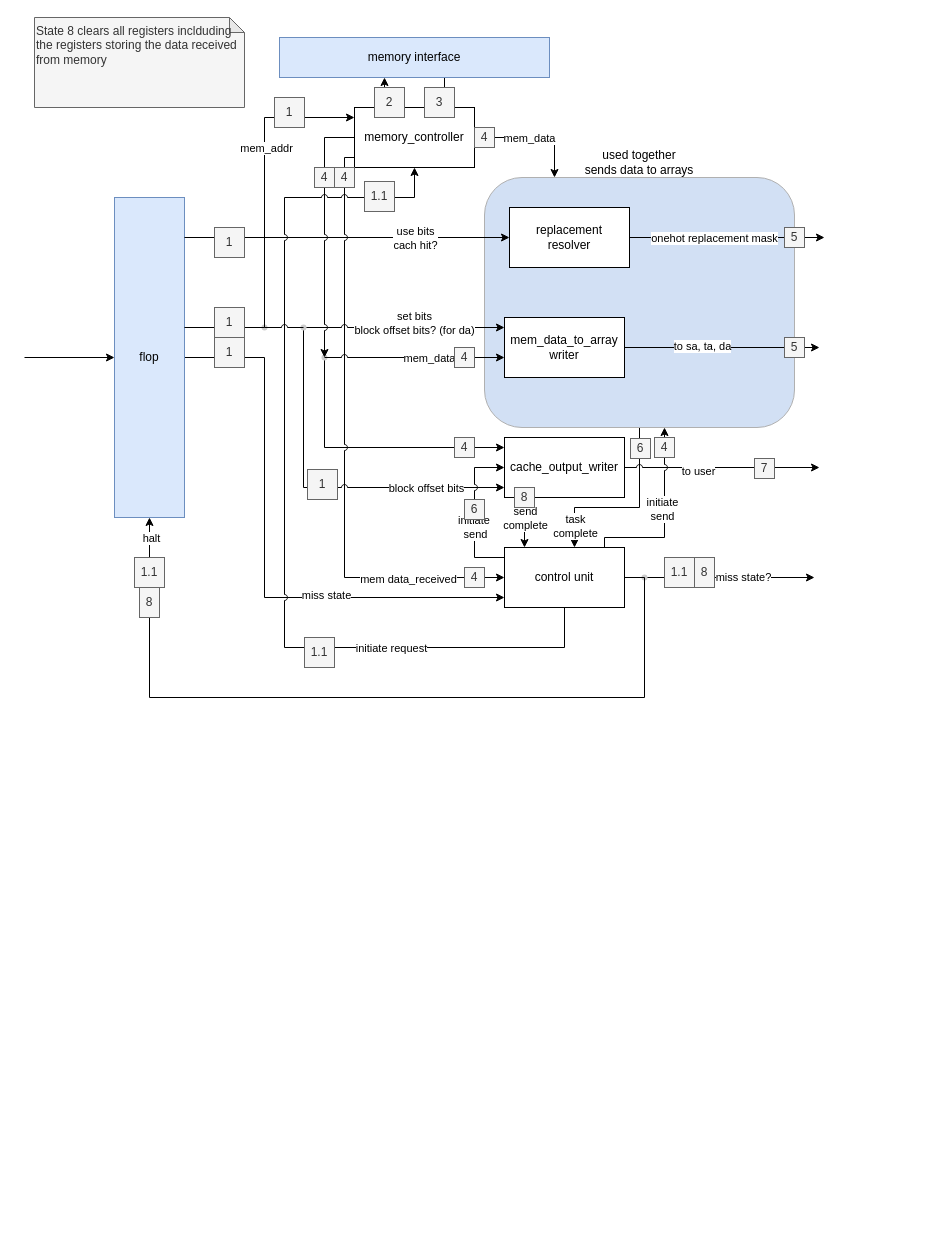
Above: page "miss handler" (2 of 2) of diagrams/cache_architecture.drawio in Dara-O/instruction_cache (draw.io), before the change. Source tidied: cells renumbered, new cells numbered last; positions are measured from the earlier drawing's top-left corner, leaving out a move shared by most shapes. Both pictures are drawn from the tidied source at 100%, with x=0, y=0 at pixel (24, 17).
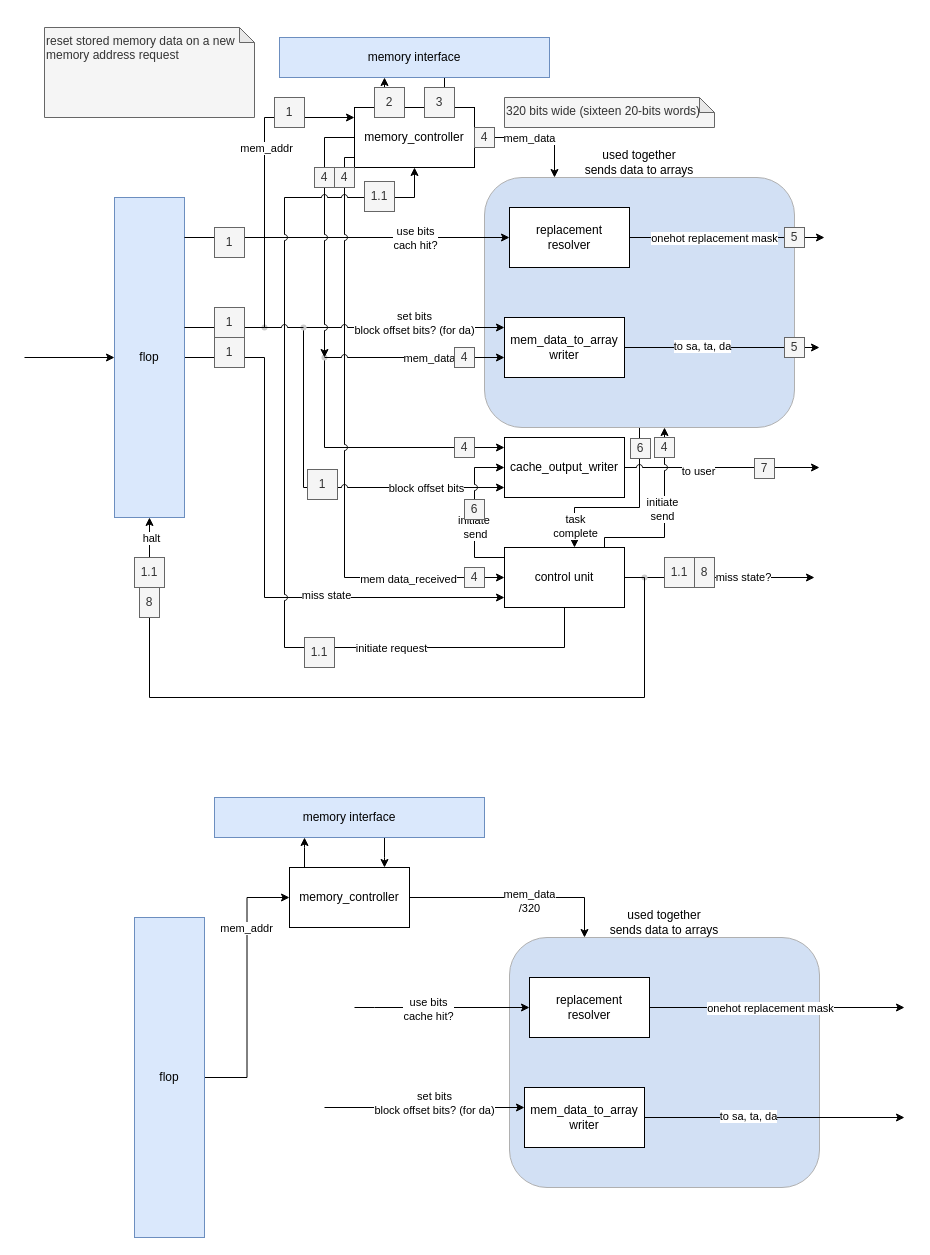
After the change.

Commit message:
modelled mem controller and data dispatcher logic

The change refers to these unchanged cells:
```xml
<mxCell id="22" value="cache_output_writer" style="rounded=0;whiteSpace=wrap;html=1;strokeWidth=1;" parent="1" vertex="1">
  <mxGeometry x="480" y="420" width="120" height="60" as="geometry" />
</mxCell>
<mxCell id="44" value="control unit" style="rounded=0;whiteSpace=wrap;html=1;strokeWidth=1;" parent="1" vertex="1">
  <mxGeometry x="480" y="530" width="120" height="60" as="geometry" />
</mxCell>
```

The edit, as a diff of the source:
```diff
@@
-    <mxCell id="20" style="edgeStyle=orthogonalEdgeStyle;rounded=0;jumpStyle=arc;jettySize=auto;html=1;" parent="1" edge="1" source="22" target="44">
-      <mxGeometry relative="1" as="geometry">
-        <Array as="points">
-          <mxPoint x="500" y="500" />
-          <mxPoint x="500" y="500" />
-        </Array>
-      </mxGeometry>
-    </mxCell>
-    <mxCell id="21" value="send&lt;br&gt;complete" style="edgeLabel;html=1;align=center;verticalAlign=middle;" parent="20" vertex="1">
-      <mxGeometry x="0.25" relative="1" as="geometry">
-        <mxPoint y="-11" as="offset" />
-      </mxGeometry>
-    </mxCell>
@@
+    <mxCell id="88" value="reset stored memory data on a new memory address request" style="shape=note;whiteSpace=wrap;html=1;backgroundOutline=1;darkOpacity=0.05;size=15;fillColor=#f5f5f5;fontColor=#333333;strokeColor=#666666;align=left;horizontal=1;verticalAlign=top;" parent="1" vertex="1">
+      <mxGeometry x="20" y="10" width="210" height="90" as="geometry" />
+    </mxCell>
+    <mxCell id="89" style="group;" parent="1" vertex="1">
+      <mxGeometry x="485" y="890" width="310" height="280" as="geometry" />
+    </mxCell>
+    <mxCell id="90" style="rounded=1;whiteSpace=wrap;html=1;strokeColor=#B0B0B0;strokeWidth=1;fillColor=#7EA6E0;strokeOpacity=100;fillOpacity=35;" parent="89" vertex="1">
+      <mxGeometry y="30" width="310" height="250" as="geometry" />
+    </mxCell>
+    <mxCell id="91" value="used together&lt;br&gt;sends data to arrays" style="text;html=1;strokeColor=none;fillColor=none;align=center;verticalAlign=middle;whiteSpace=wrap;rounded=0;strokeWidth=1;" parent="89" vertex="1">
+      <mxGeometry x="70" width="170" height="30" as="geometry" />
+    </mxCell>
+    <mxCell id="92" value="replacement&lt;br&gt;resolver" style="rounded=0;whiteSpace=wrap;html=1;strokeWidth=1;" parent="89" vertex="1">
+      <mxGeometry x="20" y="70" width="120" height="60" as="geometry" />
+    </mxCell>
+    <mxCell id="93" value="mem_data_to_array writer" style="rounded=0;whiteSpace=wrap;html=1;strokeWidth=1;" parent="89" vertex="1">
+      <mxGeometry x="15" y="180" width="120" height="60" as="geometry" />
+    </mxCell>
+    <mxCell id="94" style="edgeStyle=orthogonalEdgeStyle;rounded=0;jettySize=auto;html=1;" parent="1" edge="1" source="97" target="90">
+      <mxGeometry relative="1" as="geometry">
+        <Array as="points">
+          <mxPoint x="560" y="880" />
+        </Array>
+      </mxGeometry>
+    </mxCell>
+    <mxCell id="95" value="mem_data&lt;br&gt;/320" style="edgeLabel;html=1;align=center;verticalAlign=middle;" parent="94" vertex="1">
+      <mxGeometry x="0.11" y="-3" relative="1" as="geometry" />
+    </mxCell>
+    <mxCell id="96" style="edgeStyle=orthogonalEdgeStyle;rounded=0;jettySize=auto;html=1;" parent="1" edge="1" source="97" target="99">
+      <mxGeometry relative="1" as="geometry">
+        <Array as="points">
+          <mxPoint x="280" y="830" />
+          <mxPoint x="280" y="830" />
+        </Array>
+      </mxGeometry>
+    </mxCell>
+    <mxCell id="97" value="memory_controller" style="rounded=0;whiteSpace=wrap;html=1;strokeWidth=1;" parent="1" vertex="1">
+      <mxGeometry x="265" y="850" width="120" height="60" as="geometry" />
+    </mxCell>
+    <mxCell id="98" style="edgeStyle=orthogonalEdgeStyle;rounded=0;jettySize=auto;html=1;" parent="1" edge="1" source="99" target="97">
+      <mxGeometry relative="1" as="geometry">
+        <Array as="points">
+          <mxPoint x="360" y="840" />
+          <mxPoint x="360" y="840" />
+        </Array>
+      </mxGeometry>
+    </mxCell>
+    <mxCell id="99" value="memory interface" style="rounded=0;whiteSpace=wrap;html=1;strokeWidth=1;fillColor=#dae8fc;strokeColor=#6c8ebf;" parent="1" vertex="1">
+      <mxGeometry x="190" y="780" width="270" height="40" as="geometry" />
+    </mxCell>
+    <mxCell id="100" style="edgeStyle=orthogonalEdgeStyle;rounded=0;jettySize=auto;html=1;" parent="1" edge="1" source="102" target="97">
+      <mxGeometry relative="1" as="geometry" />
+    </mxCell>
+    <mxCell id="101" value="mem_addr" style="edgeLabel;html=1;align=center;verticalAlign=middle;" parent="100" vertex="1">
+      <mxGeometry x="0.45" y="1" relative="1" as="geometry" />
+    </mxCell>
+    <mxCell id="102" value="flop" style="rounded=0;whiteSpace=wrap;html=1;strokeWidth=1;fillColor=#dae8fc;strokeColor=#6c8ebf;" parent="1" vertex="1">
+      <mxGeometry x="110" y="900" width="70" height="320" as="geometry" />
+    </mxCell>
+    <mxCell id="103" style="endArrow=classic;html=1;rounded=0;edgeStyle=orthogonalEdgeStyle;" parent="1" edge="1" target="92">
+      <mxGeometry relative="1" as="geometry">
+        <mxPoint x="330" y="990" as="sourcePoint" />
+        <Array as="points">
+          <mxPoint x="350" y="990" />
+          <mxPoint x="350" y="990" />
+        </Array>
+      </mxGeometry>
+    </mxCell>
+    <mxCell id="104" value="use bits&lt;br&gt;cache hit?" style="edgeLabel;html=1;align=center;verticalAlign=middle;" parent="103" vertex="1">
+      <mxGeometry x="-0.17" y="-1" relative="1" as="geometry" />
+    </mxCell>
+    <mxCell id="105" style="endArrow=classic;html=1;rounded=0;jumpStyle=arc;edgeStyle=orthogonalEdgeStyle;startArrow=none;" parent="1" edge="1" target="93">
+      <mxGeometry relative="1" as="geometry">
+        <mxPoint x="300" y="1090" as="sourcePoint" />
+        <Array as="points">
+          <mxPoint x="420" y="1090" />
+          <mxPoint x="420" y="1090" />
+        </Array>
+      </mxGeometry>
+    </mxCell>
+    <mxCell id="106" value="set bits&lt;br&gt;block offset bits? (for da)" style="edgeLabel;html=1;align=center;verticalAlign=middle;" parent="105" vertex="1">
+      <mxGeometry x="0.28" y="-3" relative="1" as="geometry">
+        <mxPoint x="-19" y="-8" as="offset" />
+      </mxGeometry>
+    </mxCell>
+    <mxCell id="107" style="edgeStyle=orthogonalEdgeStyle;rounded=0;jumpStyle=arc;jettySize=auto;html=1;" parent="1" edge="1" source="92">
+      <mxGeometry relative="1" as="geometry">
+        <mxPoint x="880" y="990" as="targetPoint" />
+      </mxGeometry>
+    </mxCell>
+    <mxCell id="108" value="onehot replacement mask" style="edgeLabel;html=1;align=center;verticalAlign=middle;" parent="107" vertex="1">
+      <mxGeometry x="0.19" y="-1" relative="1" as="geometry">
+        <mxPoint x="-31" y="-1" as="offset" />
+      </mxGeometry>
+    </mxCell>
+    <mxCell id="109" style="edgeStyle=orthogonalEdgeStyle;rounded=0;jumpStyle=arc;jettySize=auto;html=1;" parent="1" edge="1" source="93">
+      <mxGeometry relative="1" as="geometry">
+        <mxPoint x="880" y="1100" as="targetPoint" />
+      </mxGeometry>
+    </mxCell>
+    <mxCell id="110" value="to sa, ta, da" style="edgeLabel;html=1;align=center;verticalAlign=middle;" parent="109" vertex="1">
+      <mxGeometry x="-0.21" y="2" relative="1" as="geometry" />
+    </mxCell>
@@
-    <mxCell id="83" value="8" style="text;html=1;strokeColor=#666666;fillColor=#f5f5f5;align=center;verticalAlign=middle;whiteSpace=wrap;rounded=0;fontColor=#333333;" parent="61" vertex="1">
-      <mxGeometry x="490" y="470" width="20" height="20" as="geometry" />
-    </mxCell>
@@
-    <mxCell id="87" value="State 8 clears all registers inclduding the registers storing the data received from memory" style="shape=note;whiteSpace=wrap;html=1;backgroundOutline=1;darkOpacity=0.05;size=15;fillColor=#f5f5f5;fontColor=#333333;strokeColor=#666666;align=left;horizontal=1;verticalAlign=top;" parent="61" vertex="1">
-      <mxGeometry x="10" width="210" height="90" as="geometry" />
+    <mxCell id="87" value="320 bits wide (sixteen 20-bits words)" style="shape=note;whiteSpace=wrap;html=1;backgroundOutline=1;darkOpacity=0.05;size=15;fillColor=#f5f5f5;fontColor=#333333;strokeColor=#666666;align=left;horizontal=1;verticalAlign=top;" parent="61" vertex="1">
+      <mxGeometry x="480" y="80" width="210" height="30" as="geometry" />
     </mxCell>
```
